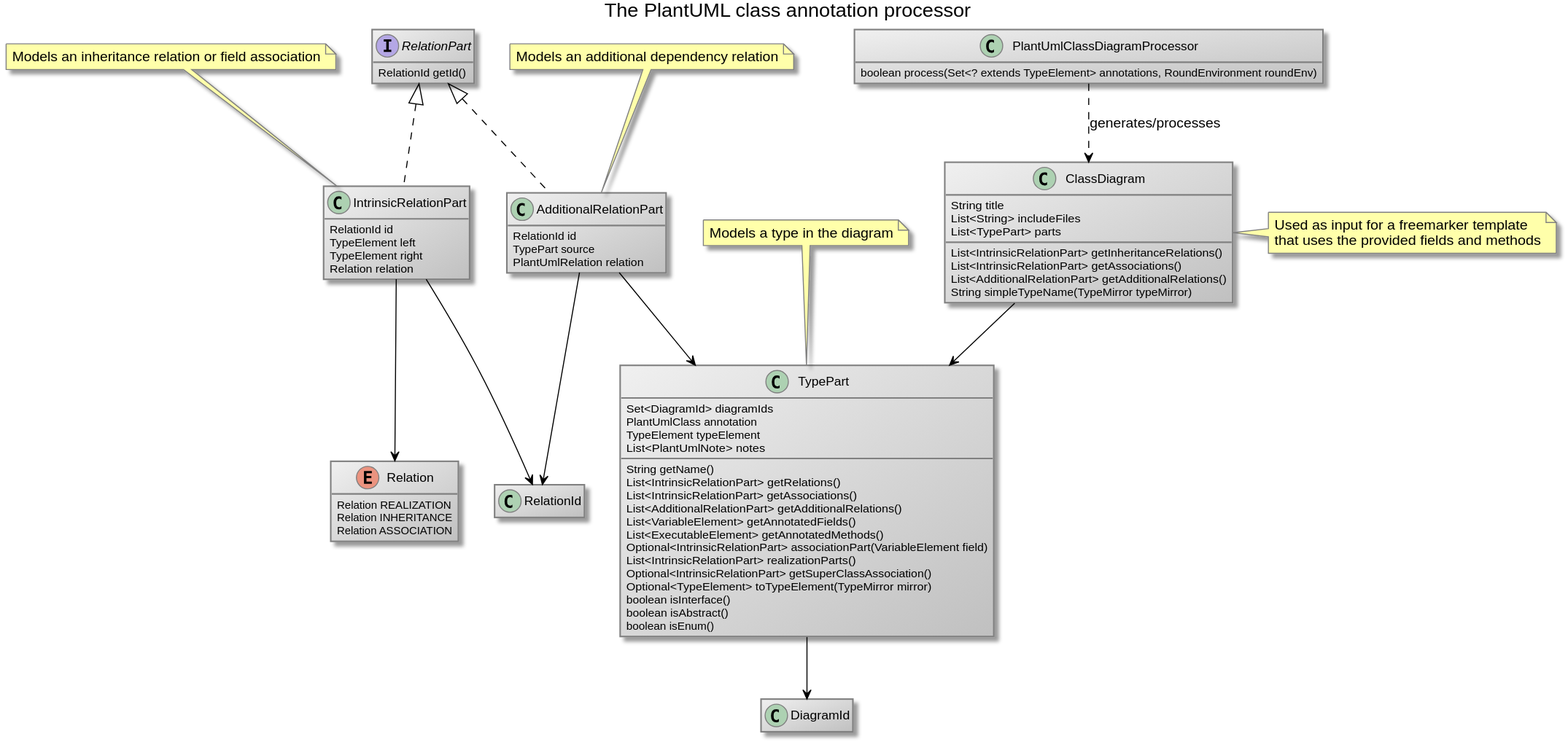
Earlier version of the PlantUML export doc/images/annotation-processor_class.svg (comsysto/livingdoc).
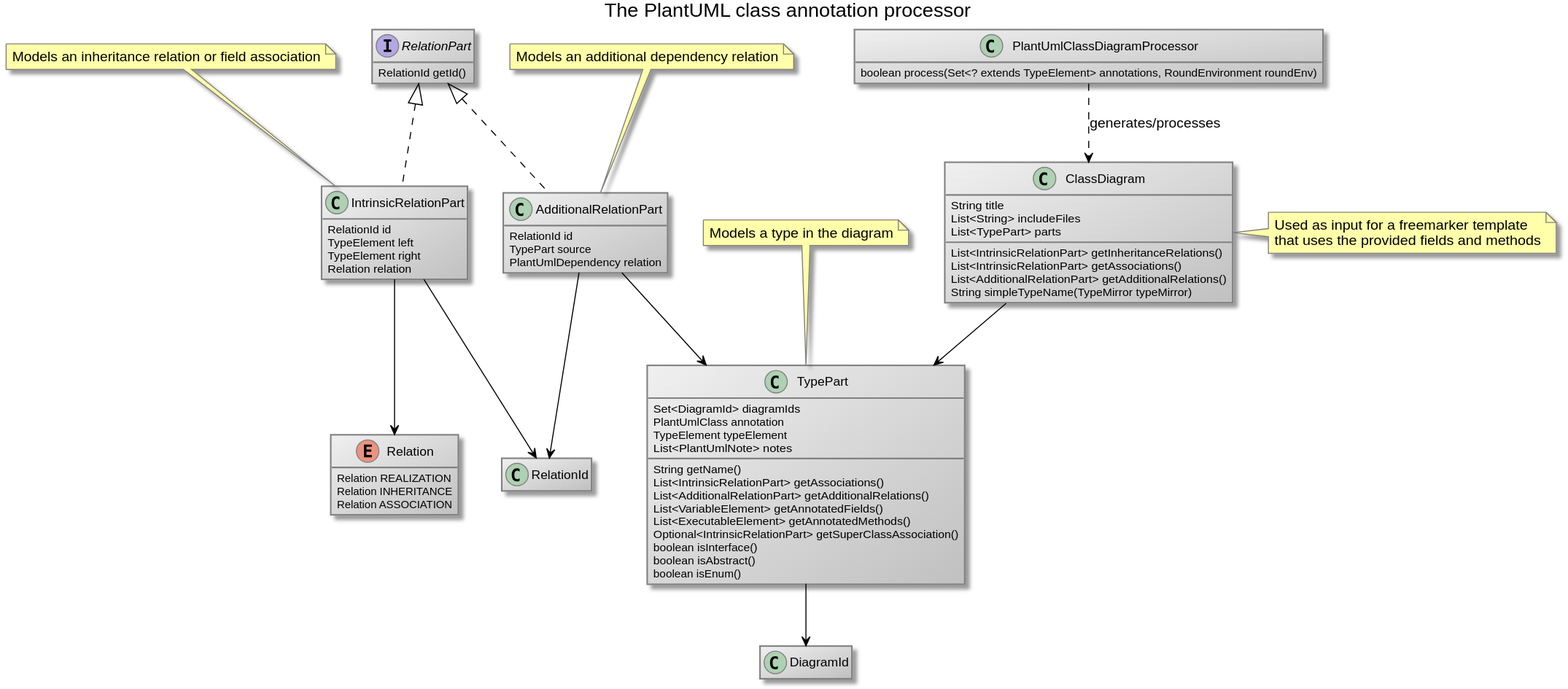
The same file after the commit.

What changed in the source:
```diff
@@ -16,11 +16,29 @@
 skinParam noteBorderColor gray
 hide empty members
 title The PlantUML class annotation processor
+class RelationId
+class DiagramId
 
-class PlantUmlClassDiagramProcessor {
+class TypePart {
+    Set<DiagramId> diagramIds
+    PlantUmlClass annotation
+    TypeElement typeElement
+    List<PlantUmlNote> notes
 
-    boolean process(Set<? extends TypeElement> annotations, RoundEnvironment roundEnv)
+    String getName()
+    List<IntrinsicRelationPart> getAssociations()
+    List<AdditionalRelationPart> getAdditionalRelations()
+    List<VariableElement> getAnnotatedFields()
+    List<ExecutableElement> getAnnotatedMethods()
+    Optional<IntrinsicRelationPart> getSuperClassAssociation()
+    boolean isInterface()
+    boolean isAbstract()
+    boolean isEnum()
 }
+
+note top of TypePart
+Models a type in the diagram
+end note
 
 
 class ClassDiagram {
@@ -39,7 +57,30 @@
 that uses the provided fields and methods
 end note
 
-class RelationId
+
+interface RelationPart {
+
+    RelationId getId()
+}
+
+
+class AdditionalRelationPart {
+    RelationId id
+    TypePart source
+    PlantUmlDependency relation
+
+}
+
+note top of AdditionalRelationPart
+Models an additional dependency relation
+end note
+
+
+class PlantUmlClassDiagramProcessor {
+
+    boolean process(Set<? extends TypeElement> annotations, RoundEnvironment roundEnv)
+}
+
 
 class IntrinsicRelationPart {
     RelationId id
@@ -53,19 +94,6 @@
 Models an inheritance relation or field association
 end note
 
-class DiagramId
-
-class AdditionalRelationPart {
-    RelationId id
-    TypePart source
-    PlantUmlRelation relation
-
-}
-
-note top of AdditionalRelationPart
-Models an additional dependency relation
-end note
-
 
 enum Relation {
     Relation REALIZATION
@@ -75,47 +103,15 @@
 }
 
 
-class TypePart {
-    Set<DiagramId> diagramIds
-    PlantUmlClass annotation
-    TypeElement typeElement
-    List<PlantUmlNote> notes
+RelationPart <|.. AdditionalRelationPart
+RelationPart <|.. IntrinsicRelationPart
 
-    String getName()
-    List<IntrinsicRelationPart> getRelations()
-    List<IntrinsicRelationPart> getAssociations()
-    List<AdditionalRelationPart> getAdditionalRelations()
-    List<VariableElement> getAnnotatedFields()
-    List<ExecutableElement> getAnnotatedMethods()
-    Optional<IntrinsicRelationPart> associationPart(VariableElement field)
-    List<IntrinsicRelationPart> realizationParts()
-    Optional<IntrinsicRelationPart> getSuperClassAssociation()
-    Optional<TypeElement> toTypeElement(TypeMirror mirror)
-    boolean isInterface()
-    boolean isAbstract()
-    boolean isEnum()
-}
-
-note top of TypePart
-Models a type in the diagram
-end note
-
-
-interface RelationPart {
-
-    RelationId getId()
-}
-
-
-RelationPart <|.. IntrinsicRelationPart
-RelationPart <|.. AdditionalRelationPart
-
+TypePart --> DiagramId
 ClassDiagram --> TypePart
+AdditionalRelationPart --> RelationId
+AdditionalRelationPart --> TypePart
 IntrinsicRelationPart --> RelationId
 IntrinsicRelationPart --> Relation
-AdditionalRelationPart --> RelationId
-AdditionalRelationPart --> TypePart
-TypePart --> DiagramId
     PlantUmlClassDiagramProcessor ..> ClassDiagram: generates/processes
 
 @enduml
```
